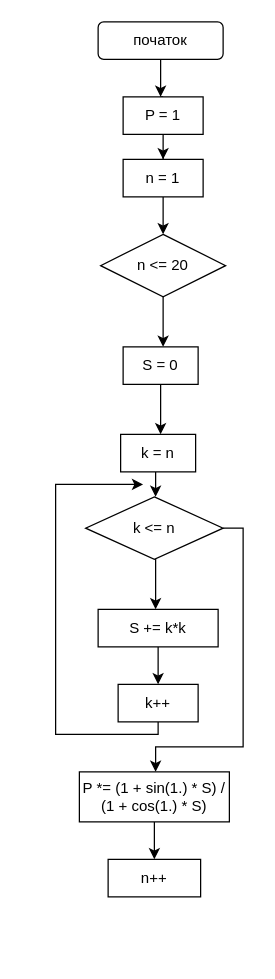
Sofiia213/4.2 keeps this draw.io diagram as Диаграмма без названия.drawio. Above is the earlier version. Source tidied: cells renumbered, new cells numbered last; positions are measured from the earlier drawing's top-left corner, leaving out a move shared by most shapes. Both pictures are drawn from the tidied source at 125%, with x=0, y=0 at pixel (55, 21).
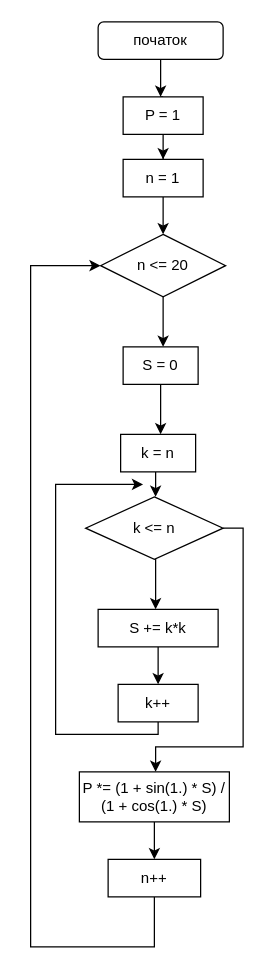
The same page after the edit.

The change refers to these unchanged cells:
```xml
<mxCell id="10" value="n &amp;lt;= 20" style="rhombus;whiteSpace=wrap;html=1;" parent="1" vertex="1">
  <mxGeometry x="36" y="170" width="100" height="50" as="geometry" />
</mxCell>
<mxCell id="24" value="n++" style="rounded=0;whiteSpace=wrap;html=1;" parent="1" vertex="1">
  <mxGeometry x="42" y="670" width="74" height="30" as="geometry" />
</mxCell>
```

The edit, as a diff of the source:
```diff
@@
+    <mxCell id="25" style="edgeStyle=orthogonalEdgeStyle;rounded=0;jettySize=auto;html=1;entryX=0;entryY=0.5;entryDx=0;entryDy=0;" parent="1" edge="1" source="24" target="10">
+      <mxGeometry relative="1" as="geometry">
+        <Array as="points">
+          <mxPoint x="79" y="740" />
+          <mxPoint x="-20" y="740" />
+          <mxPoint x="-20" y="195" />
+        </Array>
+      </mxGeometry>
+    </mxCell>
```
